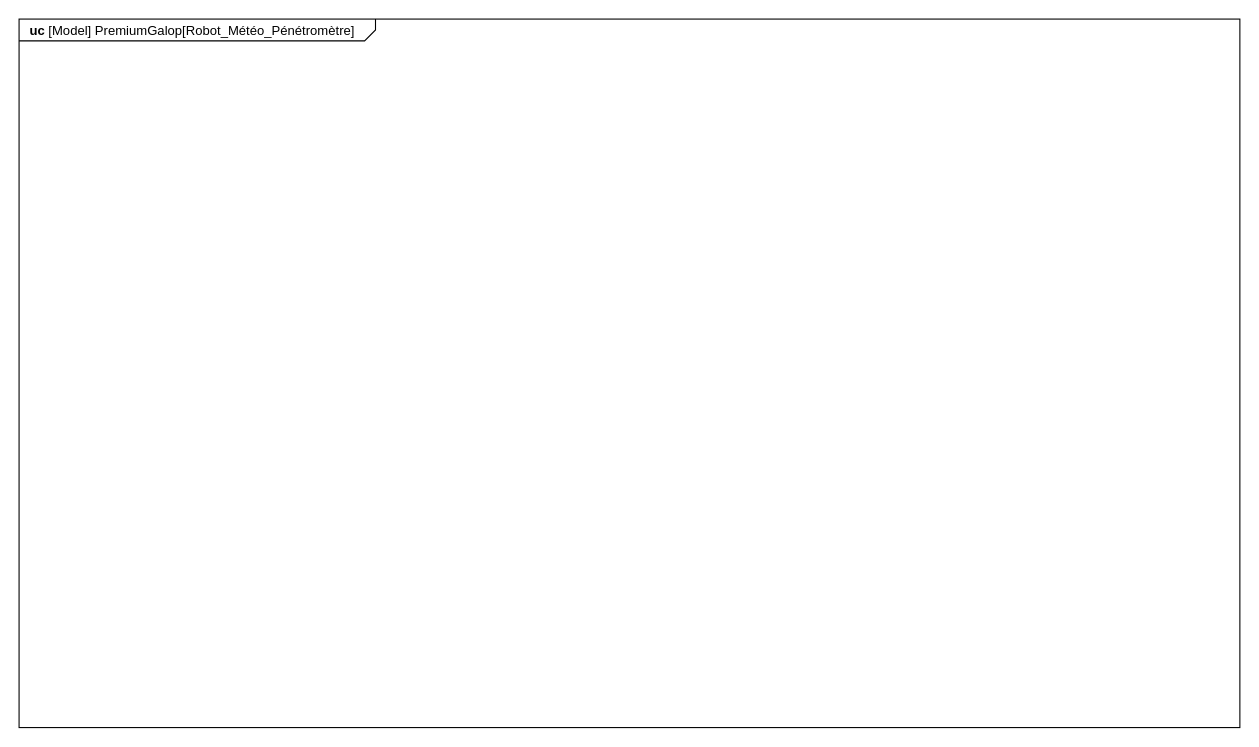
Earlier version of the draw.io diagram SYSML/Diagramme sans nom.drawio (ToGen49/Hippodrome). Source tidied: cells renumbered, new cells numbered last; positions are measured from the earlier drawing's top-left corner, leaving out a move shared by most shapes. Both pictures are drawn from the tidied source at 109%, with x=0, y=0 at pixel (19, 19).
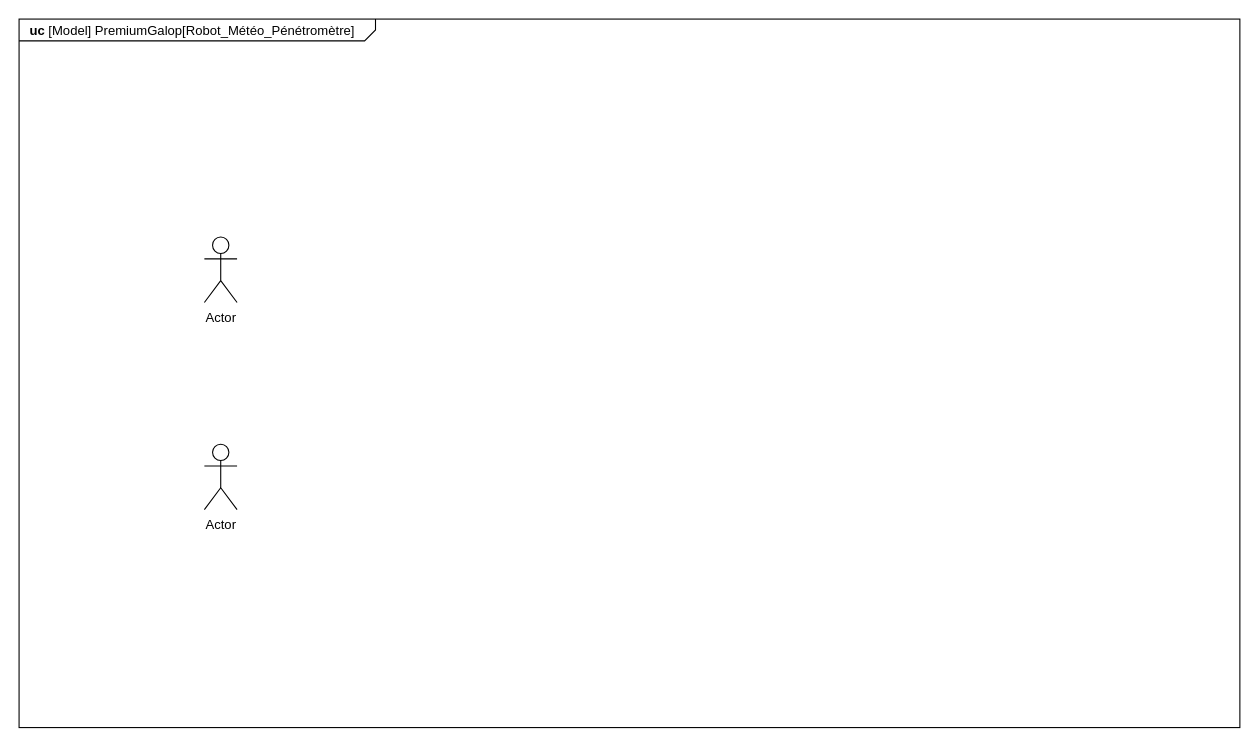
The same page after the edit.

Commit message:
Ajout Acteur

Change to the diagram source:
```diff
@@
 <mxGraphModel>
   <root>
     <mxCell id="0" />
     <mxCell id="1" parent="0" />
     <mxCell id="2" value="&lt;p style=&quot;margin: 0px ; margin-top: 4px ; margin-left: 10px ; text-align: left&quot;&gt;&lt;b&gt;uc&lt;/b&gt;&amp;nbsp;[Model] PremiumGalop[Robot_Météo_Pénétromètre]&lt;/p&gt;" style="html=1;strokeWidth=1;shape=mxgraph.sysml.package;html=1;overflow=fill;whiteSpace=wrap;fillColor=none;gradientColor=none;fontSize=12;align=center;labelX=327.64;" parent="1" vertex="1">
       <mxGeometry width="1120" height="650" as="geometry" />
     </mxCell>
+    <mxCell id="3" value="Actor" style="shape=umlActor;verticalLabelPosition=bottom;verticalAlign=top;html=1;" parent="1" vertex="1">
+      <mxGeometry x="170" y="200" width="30" height="60" as="geometry" />
+    </mxCell>
+    <mxCell id="4" value="Actor" style="shape=umlActor;verticalLabelPosition=bottom;verticalAlign=top;html=1;" parent="1" vertex="1">
+      <mxGeometry x="170" y="390" width="30" height="60" as="geometry" />
+    </mxCell>
   </root>
 </mxGraphModel>
```
